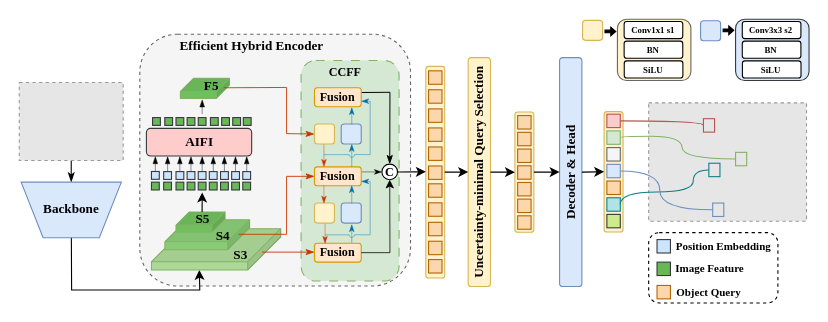
The draw.io diagram DrawIO_file/流程图/RT-DETR.drawio in DingDongZz/typera_PicGO, before the edit. Source tidied: cells renumbered, new cells numbered last; positions are measured from the earlier drawing's top-left corner, leaving out a move shared by most shapes. Both pictures are drawn from the tidied source at 110%, with x=0, y=0 at pixel (19, 19). Pictures stored in the file or linked from it are replaced by grey dashed boxes.
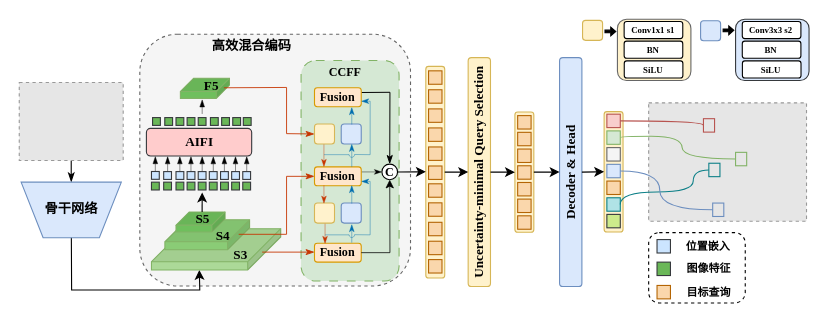
The same diagram, later.

Unchanged cells that the change refers to:
```xml
<mxCell id="2" style="group;fontFamily=Times New Roman;" parent="1" vertex="1">
  <mxGeometry width="718" height="257.9" as="geometry" />
</mxCell>
```

The edit, as a diff of the source:
```diff
@@
-    <mxCell id="84" style="rounded=1;whiteSpace=wrap;html=1;dashed=1;fontFamily=Times New Roman;fontStyle=1;" parent="2" vertex="1">
-      <mxGeometry x="572.2" y="194" width="117.5" height="63.9" as="geometry" />
+    <mxCell id="84" style="rounded=1;whiteSpace=wrap;html=1;dashed=1;fontFamily=宋体;fontStyle=1;" parent="2" vertex="1">
+      <mxGeometry x="572.2" y="194" width="87.8" height="63.9" as="geometry" />
     </mxCell>
@@
-    <mxCell id="99" style="whiteSpace=wrap;html=1;fillColor=#cce5ff;strokeColor=#36393d;fontFamily=Times New Roman;fontStyle=1;" parent="2" vertex="1">
+    <mxCell id="99" style="whiteSpace=wrap;html=1;fillColor=#cce5ff;strokeColor=#36393d;fontFamily=宋体;fontStyle=1;" parent="2" vertex="1">
       <mxGeometry x="579.8" y="200.3" width="12.2" height="12.2" as="geometry" />
     </mxCell>
-    <mxCell id="100" style="whiteSpace=wrap;html=1;fillColor=light-dark(#6ab758, #203a00);strokeColor=#36393d;fontFamily=Times New Roman;fontStyle=1;" parent="2" vertex="1">
+    <mxCell id="100" style="whiteSpace=wrap;html=1;fillColor=light-dark(#6ab758, #203a00);strokeColor=#36393d;fontFamily=宋体;fontStyle=1;" parent="2" vertex="1">
       <mxGeometry x="579.8" y="220.8" width="12.2" height="12.2" as="geometry" />
     </mxCell>
-    <mxCell id="101" style="whiteSpace=wrap;html=1;fillColor=#fad7ac;strokeColor=#b46504;fontFamily=Times New Roman;fontStyle=1;" parent="2" vertex="1">
+    <mxCell id="101" style="whiteSpace=wrap;html=1;fillColor=#fad7ac;strokeColor=#b46504;fontFamily=宋体;fontStyle=1;" parent="2" vertex="1">
       <mxGeometry x="579.8" y="242" width="12.2" height="12.2" as="geometry" />
     </mxCell>
-    <mxCell id="102" value="Position Embedding" style="text;html=1;align=center;verticalAlign=middle;whiteSpace=wrap;rounded=0;fontFamily=Times New Roman;fontSize=10;fontStyle=1;" parent="2" vertex="1">
-      <mxGeometry x="588.9" y="194.7" width="103.3" height="23.3" as="geometry" />
+    <mxCell id="102" value="位置嵌入" style="text;html=1;align=center;verticalAlign=middle;whiteSpace=wrap;rounded=0;fontFamily=宋体;fontSize=10;fontStyle=1;" parent="2" vertex="1">
+      <mxGeometry x="575.4" y="194.7" width="103.3" height="23.3" as="geometry" />
     </mxCell>
-    <mxCell id="103" value="Image Feature" style="text;html=1;align=center;verticalAlign=middle;whiteSpace=wrap;rounded=0;fontFamily=Times New Roman;fontSize=10;fontStyle=1;" parent="2" vertex="1">
-      <mxGeometry x="584.8" y="213.8" width="86.1" height="24.3" as="geometry" />
+    <mxCell id="103" value="图像特征" style="text;html=1;align=center;verticalAlign=middle;whiteSpace=wrap;rounded=0;fontFamily=宋体;fontSize=10;fontStyle=1;" parent="2" vertex="1">
+      <mxGeometry x="584" y="213.8" width="86.1" height="24.3" as="geometry" />
     </mxCell>
-    <mxCell id="104" value="Object Query" style="text;html=1;align=center;verticalAlign=middle;whiteSpace=wrap;rounded=0;fontFamily=Times New Roman;fontSize=10;fontStyle=1;" parent="2" vertex="1">
-      <mxGeometry x="587.7" y="240.2" width="78" height="15.4" as="geometry" />
+    <mxCell id="104" value="目标查询" style="text;html=1;align=center;verticalAlign=middle;whiteSpace=wrap;rounded=0;fontFamily=宋体;fontSize=10;fontStyle=1;" parent="2" vertex="1">
+      <mxGeometry x="588" y="240.4" width="78" height="15.4" as="geometry" />
     </mxCell>
@@
-    <mxCell id="158" value="Efficient Hybrid Encoder" style="text;html=1;align=center;verticalAlign=middle;whiteSpace=wrap;rounded=0;fontStyle=1;fontFamily=Times New Roman;" parent="2" vertex="1">
+    <mxCell id="158" value="高效混合编码" style="text;html=1;align=center;verticalAlign=middle;whiteSpace=wrap;rounded=0;fontStyle=1;fontFamily=宋体;" parent="2" vertex="1">
       <mxGeometry x="140.4" y="8.4" width="143.1" height="30.4" as="geometry" />
     </mxCell>
-    <mxCell id="159" value="Backbone" style="shape=trapezoid;perimeter=trapezoidPerimeter;whiteSpace=wrap;html=1;fixedSize=1;flipV=1;fillColor=#dae8fc;strokeColor=#6c8ebf;fontFamily=Times New Roman;fontStyle=1;" parent="2" vertex="1">
+    <mxCell id="159" value="骨干网络" style="shape=trapezoid;perimeter=trapezoidPerimeter;whiteSpace=wrap;html=1;fixedSize=1;flipV=1;fillColor=#dae8fc;strokeColor=#6c8ebf;fontFamily=宋体;fontStyle=1;" parent="2" vertex="1">
       <mxGeometry x="1.7" y="148.1" width="91.1" height="50.6" as="geometry" />
     </mxCell>
```
